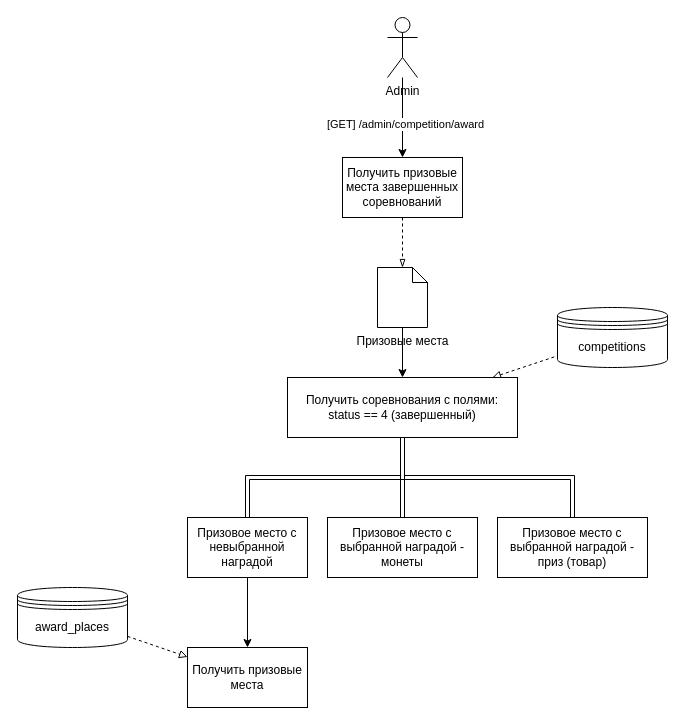
Before: page "Получение админом призовых мест" (3 of 5) of Награждение участников.drawio in aau8/draw.io, a draw.io diagram. Source tidied: cells renumbered, new cells numbered last; positions are measured from the earlier drawing's top-left corner, leaving out a move shared by most shapes. Both pictures are drawn from the tidied source at 100%, with x=0, y=0 at pixel (17, 17).
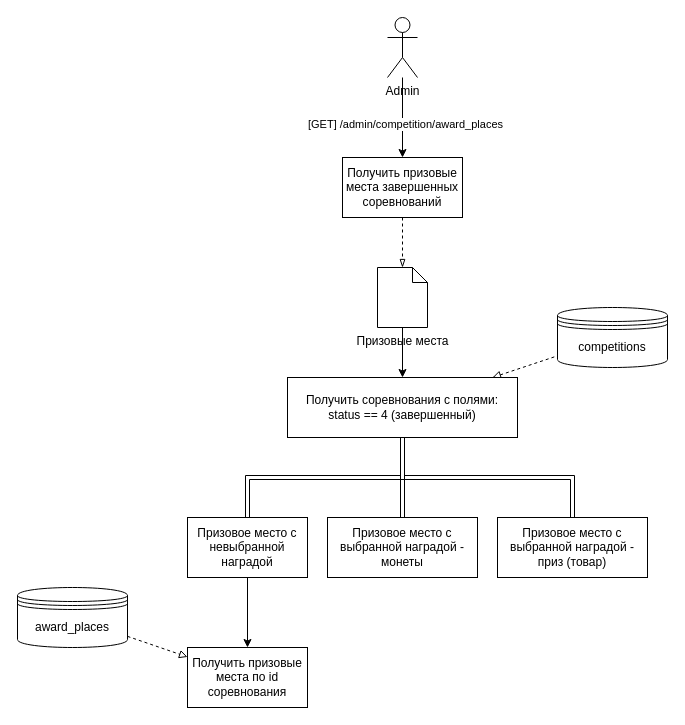
The same page after the edit.

Unchanged cells that the change refers to:
```xml
<mxCell id="2" style="edgeStyle=orthogonalEdgeStyle;rounded=0;jettySize=auto;html=1;" parent="1" edge="1" source="4" target="6">
  <mxGeometry relative="1" as="geometry" />
</mxCell>
```

What changed in the source:
```diff
@@
-    <mxCell id="3" value="[GET] /admin/competition/award" style="edgeLabel;html=1;align=center;verticalAlign=middle;" parent="2" vertex="1">
+    <mxCell id="3" value="[GET] /admin/competition/award_places" style="edgeLabel;html=1;align=center;verticalAlign=middle;" parent="2" vertex="1">
       <mxGeometry x="0.15" y="2" relative="1" as="geometry" />
     </mxCell>
@@
-    <mxCell id="13" value="Получить призовые места" style="whiteSpace=wrap;html=1;" parent="1" vertex="1">
+    <mxCell id="13" value="Получить призовые места по id соревнования" style="whiteSpace=wrap;html=1;" parent="1" vertex="1">
       <mxGeometry x="170" y="630" width="120" height="60" as="geometry" />
     </mxCell>
```
